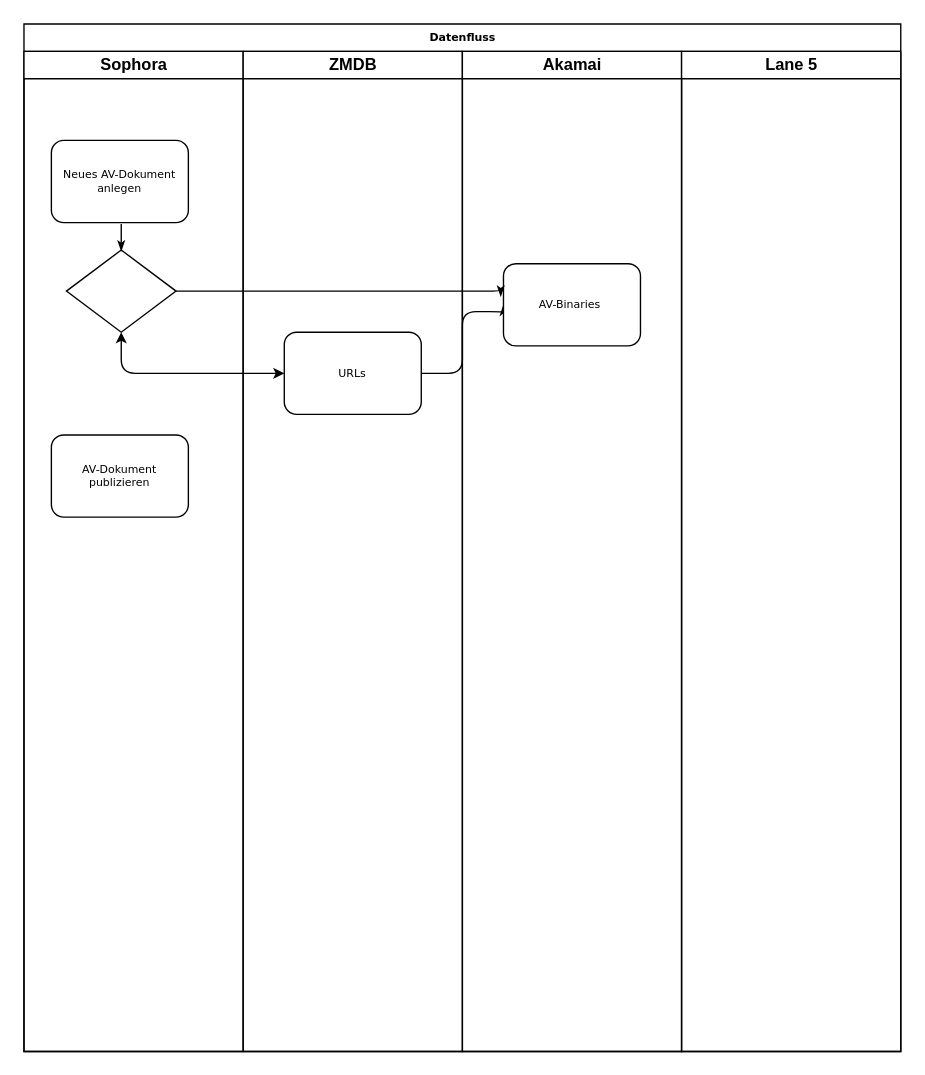
Before: zmdb-dataflow.drawio in WestdeutscherRundfunkKoeln/drawio_diagrams, a draw.io diagram. Source tidied: cells renumbered, new cells numbered last; positions are measured from the earlier drawing's top-left corner, leaving out a move shared by most shapes. Both pictures are drawn from the tidied source at 137%, with x=0, y=0 at pixel (23, 23).
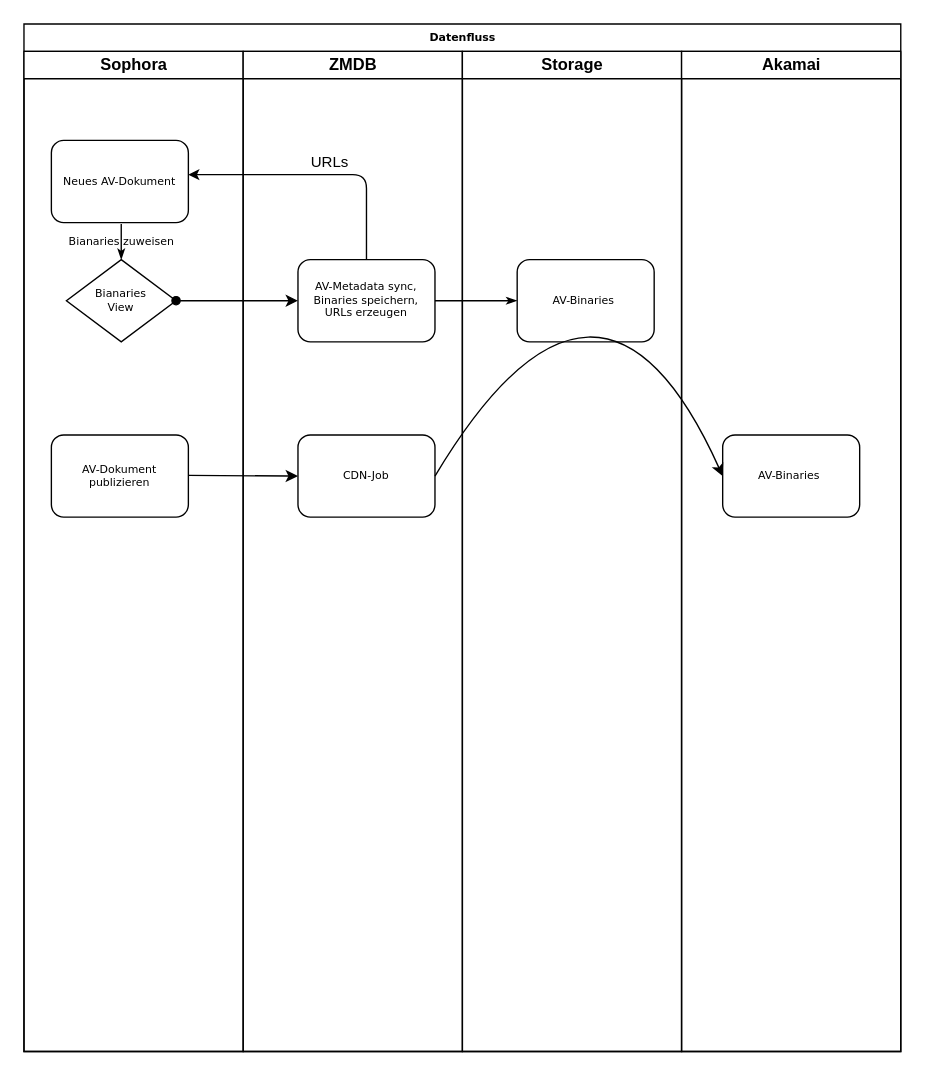
The same diagram, later.

Unchanged cells that the change refers to:
```xml
<mxCell id="2" value="Datenfluss" style="swimlane;html=1;startSize=20;rounded=0;shadow=0;labelBackgroundColor=none;strokeWidth=1;fontFamily=Verdana;fontSize=8;align=center;" parent="1" vertex="1">
  <mxGeometry width="640" height="750" as="geometry" />
</mxCell>
<mxCell id="3" value="Sophora" style="swimlane;html=1;startSize=20;" parent="2" vertex="1">
  <mxGeometry y="20" width="160" height="730" as="geometry" />
</mxCell>
<mxCell id="9" value="ZMDB" style="swimlane;html=1;startSize=20;" parent="2" vertex="1">
  <mxGeometry x="160" y="20" width="160" height="730" as="geometry" />
</mxCell>
```

Change to the diagram source:
```diff
@@
-    <mxCell id="4" value="Neues AV-Dokument anlegen" style="rounded=1;whiteSpace=wrap;html=1;shadow=0;labelBackgroundColor=none;strokeWidth=1;fontFamily=Verdana;fontSize=8;align=center;" parent="3" vertex="1">
+    <mxCell id="4" value="Neues AV-Dokument" style="rounded=1;whiteSpace=wrap;html=1;shadow=0;labelBackgroundColor=none;strokeWidth=1;fontFamily=Verdana;fontSize=8;align=center;" parent="3" vertex="1">
       <mxGeometry x="20" y="65" width="100" height="60" as="geometry" />
     </mxCell>
@@
-    <mxCell id="6" style="rhombus;whiteSpace=wrap;html=1;rounded=0;shadow=0;labelBackgroundColor=none;strokeWidth=1;fontFamily=Verdana;fontSize=8;align=center;" parent="3" vertex="1">
-      <mxGeometry x="31" y="145" width="80" height="60" as="geometry" />
+    <mxCell id="6" value="Bianaries&lt;br&gt;View" style="rhombus;whiteSpace=wrap;html=1;rounded=0;shadow=0;labelBackgroundColor=none;strokeWidth=1;fontFamily=Verdana;fontSize=8;align=center;" parent="3" vertex="1">
+      <mxGeometry x="31" y="152" width="80" height="60" as="geometry" />
     </mxCell>
+    <mxCell id="16" style="edgeStyle=orthogonalEdgeStyle;rounded=0;jettySize=auto;html=1;startArrow=classic;startFill=1;endArrow=none;endFill=0;exitX=0;exitY=0.5;exitDx=0;exitDy=0;" parent="3" edge="1" source="18">
+      <mxGeometry relative="1" as="geometry">
+        <mxPoint x="120" y="309.5" as="targetPoint" />
+      </mxGeometry>
+    </mxCell>
-    <mxCell id="7" style="edgeStyle=orthogonalEdgeStyle;rounded=1;html=1;labelBackgroundColor=none;startArrow=classic;startFill=1;startSize=5;endArrow=classic;endFill=1;endSize=5;jettySize=auto;strokeWidth=1;fontFamily=Verdana;fontSize=8;exitX=0.5;exitY=1;exitDx=0;exitDy=0;" parent="2" edge="1" source="6" target="10">
-      <mxGeometry relative="1" as="geometry" />
+    <mxCell id="7" style="edgeStyle=orthogonalEdgeStyle;rounded=1;html=1;labelBackgroundColor=none;startArrow=classic;startFill=1;startSize=5;endArrow=none;endFill=0;endSize=5;jettySize=auto;strokeWidth=1;fontFamily=Verdana;fontSize=8;" parent="2" edge="1" target="10">
+      <mxGeometry relative="1" as="geometry">
+        <mxPoint x="120" y="110" as="sourcePoint" />
+        <Array as="points">
+          <mxPoint x="250" y="110" />
+        </Array>
+      </mxGeometry>
     </mxCell>
+    <mxCell id="17" value="URLs" style="edgeLabel;html=1;align=center;verticalAlign=middle;" parent="7" vertex="1">
+      <mxGeometry x="0.06" y="-2" relative="1" as="geometry">
+        <mxPoint y="-12" as="offset" />
+      </mxGeometry>
+    </mxCell>
     <mxCell id="8" style="edgeStyle=orthogonalEdgeStyle;rounded=1;html=1;labelBackgroundColor=none;startArrow=none;startFill=0;startSize=5;endArrow=classicThin;endFill=1;endSize=5;jettySize=auto;strokeWidth=1;fontFamily=Verdana;fontSize=8;exitX=1;exitY=0.5;exitDx=0;exitDy=0;entryX=0;entryY=0.5;entryDx=0;entryDy=0;" parent="2" edge="1" source="10" target="12">
-      <mxGeometry relative="1" as="geometry">
-        <Array as="points">
-          <mxPoint x="320" y="255" />
-          <mxPoint x="320" y="210" />
-          <mxPoint x="350" y="210" />
-        </Array>
-      </mxGeometry>
+      <mxGeometry relative="1" as="geometry" />
     </mxCell>
@@
-    <mxCell id="10" value="URLs" style="rounded=1;whiteSpace=wrap;html=1;shadow=0;labelBackgroundColor=none;strokeWidth=1;fontFamily=Verdana;fontSize=8;align=center;" parent="9" vertex="1">
-      <mxGeometry x="30" y="205" width="100" height="60" as="geometry" />
+    <mxCell id="10" value="AV-Metadata&amp;nbsp;sync,&lt;br&gt;Binaries speichern,&lt;br&gt;URLs erzeugen" style="rounded=1;whiteSpace=wrap;html=1;shadow=0;labelBackgroundColor=none;strokeWidth=1;fontFamily=Verdana;fontSize=8;align=center;" parent="9" vertex="1">
+      <mxGeometry x="40" y="152" width="100" height="60" as="geometry" />
     </mxCell>
+    <mxCell id="18" value="CDN-Job" style="rounded=1;whiteSpace=wrap;html=1;shadow=0;labelBackgroundColor=none;strokeWidth=1;fontFamily=Verdana;fontSize=8;align=center;" parent="9" vertex="1">
+      <mxGeometry x="40" y="280" width="100" height="60" as="geometry" />
+    </mxCell>
-    <mxCell id="11" value="Akamai" style="swimlane;html=1;startSize=20;" parent="2" vertex="1">
+    <mxCell id="11" value="Storage" style="swimlane;html=1;startSize=20;" parent="2" vertex="1">
       <mxGeometry x="320" y="20" width="160" height="730" as="geometry" />
     </mxCell>
     <mxCell id="12" value="AV-Binaries&amp;nbsp;" style="rounded=1;whiteSpace=wrap;html=1;shadow=0;labelBackgroundColor=none;strokeWidth=1;fontFamily=Verdana;fontSize=8;align=center;" parent="11" vertex="1">
-      <mxGeometry x="30" y="155" width="100" height="60" as="geometry" />
+      <mxGeometry x="40" y="152" width="100" height="60" as="geometry" />
     </mxCell>
-    <mxCell id="13" value="Lane 5" style="swimlane;html=1;startSize=20;" parent="2" vertex="1">
+    <mxCell id="13" value="Akamai" style="swimlane;html=1;startSize=20;" parent="2" vertex="1">
       <mxGeometry x="480" y="20" width="160" height="730" as="geometry" />
     </mxCell>
-    <mxCell id="14" style="edgeStyle=orthogonalEdgeStyle;rounded=1;html=1;labelBackgroundColor=none;startArrow=none;startFill=0;startSize=5;endArrow=classicThin;endFill=1;endSize=5;jettySize=auto;strokeWidth=1;fontFamily=Verdana;fontSize=8;exitX=1;exitY=0.5;exitDx=0;exitDy=0;entryX=-0.02;entryY=0.4;entryDx=0;entryDy=0;entryPerimeter=0;" parent="2" edge="1" source="6" target="12">
-      <mxGeometry relative="1" as="geometry">
-        <Array as="points">
-          <mxPoint x="348" y="195" />
-        </Array>
-      </mxGeometry>
-    </mxCell>
+    <mxCell id="19" value="AV-Binaries&amp;nbsp;" style="rounded=1;whiteSpace=wrap;html=1;shadow=0;labelBackgroundColor=none;strokeWidth=1;fontFamily=Verdana;fontSize=8;align=center;" parent="13" vertex="1">
+      <mxGeometry x="30" y="280" width="100" height="60" as="geometry" />
+    </mxCell>
+    <mxCell id="20" style="edgeStyle=orthogonalEdgeStyle;rounded=0;jettySize=auto;html=1;startArrow=classic;startFill=1;endArrow=oval;endFill=1;" parent="2" edge="1" source="10" target="6">
+      <mxGeometry relative="1" as="geometry" />
+    </mxCell>
+    <mxCell id="21" style="curved=1;endArrow=classic;html=1;rounded=0;exitX=1;exitY=0.5;exitDx=0;exitDy=0;entryX=0;entryY=0.5;entryDx=0;entryDy=0;" parent="2" edge="1" source="18" target="19">
+      <mxGeometry relative="1" as="geometry">
+        <Array as="points">
+          <mxPoint x="420" y="130" />
+        </Array>
+      </mxGeometry>
+    </mxCell>
-    <mxCell id="15" style="edgeStyle=orthogonalEdgeStyle;rounded=1;html=1;labelBackgroundColor=none;startArrow=none;startFill=0;startSize=5;endArrow=classicThin;endFill=1;endSize=5;jettySize=auto;orthogonalLoop=1;strokeColor=#000000;strokeWidth=1;fontFamily=Verdana;fontSize=8;fontColor=#000000;" parent="1" edge="1">
+    <mxCell id="15" value="Bianaries zuweisen" style="edgeStyle=orthogonalEdgeStyle;rounded=1;html=1;labelBackgroundColor=none;startArrow=none;startFill=0;startSize=5;endArrow=classicThin;endFill=1;endSize=5;jettySize=auto;strokeColor=#000000;strokeWidth=1;fontFamily=Verdana;fontSize=8;fontColor=#000000;entryX=0.5;entryY=0;entryDx=0;entryDy=0;" parent="1" edge="1" target="6">
       <mxGeometry relative="1" as="geometry">
         <mxPoint x="71" y="146" as="sourcePoint" />
-        <mxPoint x="71" y="166" as="targetPoint" />
       </mxGeometry>
     </mxCell>
```
